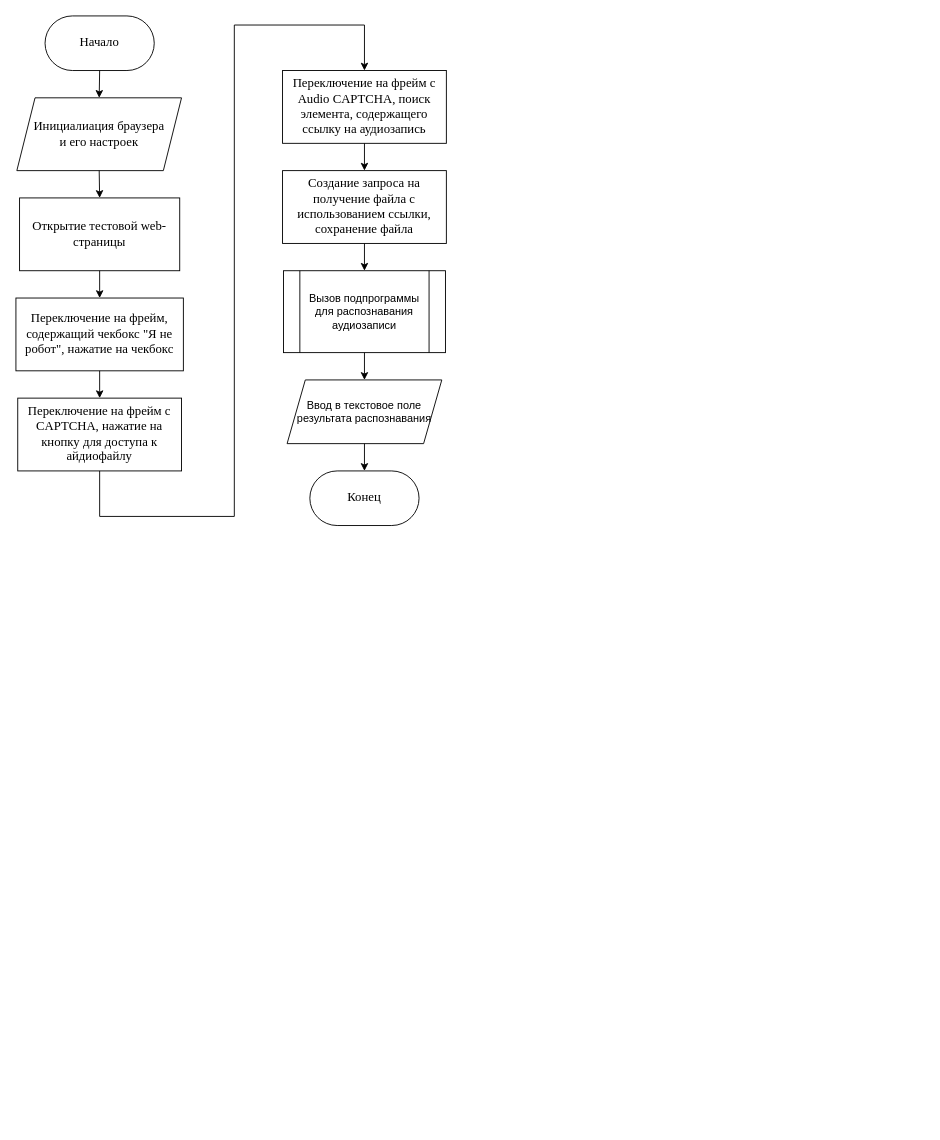
The draw.io diagram 1_course_master/НИР (2 семестр)/Блок-схема тестового автоматизатора.drawio in Alexxxander-Laptev/university_projects, before the edit. Source tidied: cells renumbered, new cells numbered last; positions are measured from the earlier drawing's top-left corner, leaving out a move shared by most shapes. Both pictures are drawn from the tidied source at 91%, with x=0, y=0 at pixel (15, 15).
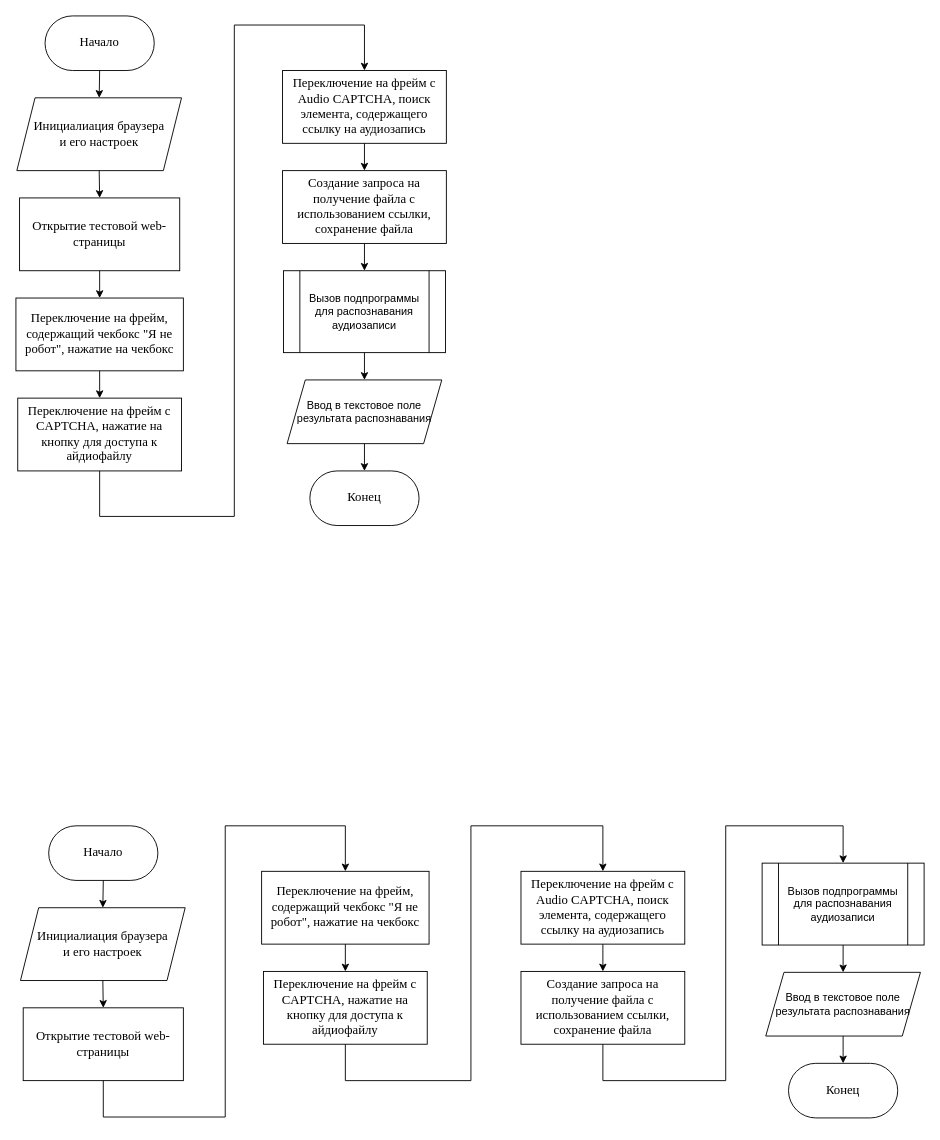
After the change.

The edit, as a diff of the source:
```diff
@@
+    <mxCell id="21" value="&lt;font face=&quot;Times New Roman&quot; style=&quot;font-size: 14px;&quot;&gt;Начало&lt;/font&gt;" style="rounded=1;whiteSpace=wrap;html=1;arcSize=50;" parent="1" vertex="1">
+      <mxGeometry x="36" y="890" width="120" height="60" as="geometry" />
+    </mxCell>
+    <mxCell id="22" value="&lt;font style=&quot;font-size: 14px;&quot; face=&quot;Times New Roman&quot;&gt;Конец&lt;/font&gt;" style="rounded=1;whiteSpace=wrap;html=1;arcSize=50;" parent="1" vertex="1">
+      <mxGeometry x="849" y="1151" width="120" height="60" as="geometry" />
+    </mxCell>
+    <mxCell id="23" value="&lt;font style=&quot;font-size: 14px;&quot; face=&quot;Times New Roman&quot;&gt;Инициалиация браузера&lt;/font&gt;&lt;div&gt;&lt;font style=&quot;font-size: 14px;&quot; face=&quot;Times New Roman&quot;&gt;и его настроек&lt;/font&gt;&lt;/div&gt;" style="shape=parallelogram;perimeter=parallelogramPerimeter;whiteSpace=wrap;html=1;fixedSize=1;" parent="1" vertex="1">
+      <mxGeometry x="5" y="980" width="181" height="80" as="geometry" />
+    </mxCell>
+    <mxCell id="24" value="&lt;font face=&quot;Times New Roman&quot; style=&quot;font-size: 14px;&quot;&gt;Открытие тестовой web-страницы&lt;/font&gt;" style="rounded=0;whiteSpace=wrap;html=1;" parent="1" vertex="1">
+      <mxGeometry x="8" y="1090" width="176" height="80" as="geometry" />
+    </mxCell>
+    <mxCell id="25" value="&lt;font face=&quot;Times New Roman&quot; style=&quot;font-size: 14px;&quot;&gt;Переключение на фрейм, содержащий чекбокс &quot;Я не робот&quot;, нажатие на чекбокс&lt;/font&gt;" style="rounded=0;whiteSpace=wrap;html=1;" parent="1" vertex="1">
+      <mxGeometry x="270" y="940" width="184" height="80" as="geometry" />
+    </mxCell>
+    <mxCell id="26" value="&lt;font style=&quot;font-size: 14px;&quot; face=&quot;Times New Roman&quot;&gt;Переключение на фрейм с CAPTCHA, нажатие на кнопку для доступа к айдиофайлу&lt;/font&gt;" style="rounded=0;whiteSpace=wrap;html=1;" parent="1" vertex="1">
+      <mxGeometry x="272" y="1050" width="180" height="80" as="geometry" />
+    </mxCell>
+    <mxCell id="27" value="&lt;font style=&quot;font-size: 14px;&quot; face=&quot;Times New Roman&quot;&gt;Переключение на фрейм с Audio CAPTCHA, поиск элемента, содержащего ссылку на аудиозапись&lt;/font&gt;" style="rounded=0;whiteSpace=wrap;html=1;" parent="1" vertex="1">
+      <mxGeometry x="555" y="940" width="180" height="80" as="geometry" />
+    </mxCell>
+    <mxCell id="28" value="&lt;font style=&quot;font-size: 14px;&quot; face=&quot;Times New Roman&quot;&gt;Создание запроса на получение файла с использованием ссылки, сохранение файла&lt;/font&gt;" style="rounded=0;whiteSpace=wrap;html=1;" parent="1" vertex="1">
+      <mxGeometry x="555" y="1050" width="180" height="80" as="geometry" />
+    </mxCell>
+    <mxCell id="29" value="Вызов подпрограммы для распознавания аудиозаписи" style="shape=process;whiteSpace=wrap;html=1;backgroundOutline=1;" parent="1" vertex="1">
+      <mxGeometry x="820" y="931" width="178" height="90" as="geometry" />
+    </mxCell>
+    <mxCell id="30" value="Ввод в текстовое поле результата распознавания" style="shape=parallelogram;perimeter=parallelogramPerimeter;whiteSpace=wrap;html=1;fixedSize=1;" parent="1" vertex="1">
+      <mxGeometry x="824" y="1051" width="170" height="70" as="geometry" />
+    </mxCell>
+    <mxCell id="31" style="endArrow=classic;html=1;rounded=0;exitX=0.5;exitY=1;exitDx=0;exitDy=0;entryX=0.5;entryY=0;entryDx=0;entryDy=0;" parent="1" edge="1" source="21" target="23">
+      <mxGeometry relative="1" as="geometry" />
+    </mxCell>
+    <mxCell id="32" style="endArrow=classic;html=1;rounded=0;exitX=0.5;exitY=1;exitDx=0;exitDy=0;entryX=0.5;entryY=0;entryDx=0;entryDy=0;" parent="1" edge="1" source="23" target="24">
+      <mxGeometry relative="1" as="geometry" />
+    </mxCell>
+    <mxCell id="33" style="endArrow=classic;html=1;rounded=0;exitX=0.5;exitY=1;exitDx=0;exitDy=0;entryX=0.5;entryY=0;entryDx=0;entryDy=0;" parent="1" edge="1" source="24" target="25">
+      <mxGeometry relative="1" as="geometry">
+        <Array as="points">
+          <mxPoint x="96" y="1210" />
+          <mxPoint x="230" y="1210" />
+          <mxPoint x="230" y="890" />
+          <mxPoint x="362" y="890" />
+        </Array>
+      </mxGeometry>
+    </mxCell>
+    <mxCell id="34" style="endArrow=classic;html=1;rounded=0;exitX=0.5;exitY=1;exitDx=0;exitDy=0;entryX=0.5;entryY=0;entryDx=0;entryDy=0;" parent="1" edge="1" source="25" target="26">
+      <mxGeometry relative="1" as="geometry" />
+    </mxCell>
+    <mxCell id="35" style="endArrow=classic;html=1;rounded=0;exitX=0.5;exitY=1;exitDx=0;exitDy=0;entryX=0.5;entryY=0;entryDx=0;entryDy=0;" parent="1" edge="1" source="27" target="28">
+      <mxGeometry relative="1" as="geometry" />
+    </mxCell>
+    <mxCell id="36" style="endArrow=classic;html=1;rounded=0;exitX=0.5;exitY=1;exitDx=0;exitDy=0;entryX=0.5;entryY=0;entryDx=0;entryDy=0;" parent="1" edge="1" source="28" target="29">
+      <mxGeometry relative="1" as="geometry">
+        <Array as="points">
+          <mxPoint x="645" y="1170" />
+          <mxPoint x="780" y="1170" />
+          <mxPoint x="780" y="890" />
+          <mxPoint x="909" y="890" />
+        </Array>
+      </mxGeometry>
+    </mxCell>
+    <mxCell id="37" style="endArrow=classic;html=1;rounded=0;exitX=0.5;exitY=1;exitDx=0;exitDy=0;entryX=0.5;entryY=0;entryDx=0;entryDy=0;" parent="1" edge="1" source="29" target="30">
+      <mxGeometry relative="1" as="geometry" />
+    </mxCell>
+    <mxCell id="38" style="endArrow=classic;html=1;rounded=0;exitX=0.5;exitY=1;exitDx=0;exitDy=0;entryX=0.5;entryY=0;entryDx=0;entryDy=0;" parent="1" edge="1" source="30" target="22">
+      <mxGeometry relative="1" as="geometry" />
+    </mxCell>
+    <mxCell id="39" style="endArrow=classic;html=1;rounded=0;exitX=0.5;exitY=1;exitDx=0;exitDy=0;entryX=0.5;entryY=0;entryDx=0;entryDy=0;" parent="1" edge="1" source="26" target="27">
+      <mxGeometry relative="1" as="geometry">
+        <Array as="points">
+          <mxPoint x="362" y="1170" />
+          <mxPoint x="500" y="1170" />
+          <mxPoint x="500" y="890" />
+          <mxPoint x="645" y="890" />
+        </Array>
+      </mxGeometry>
+    </mxCell>
```
